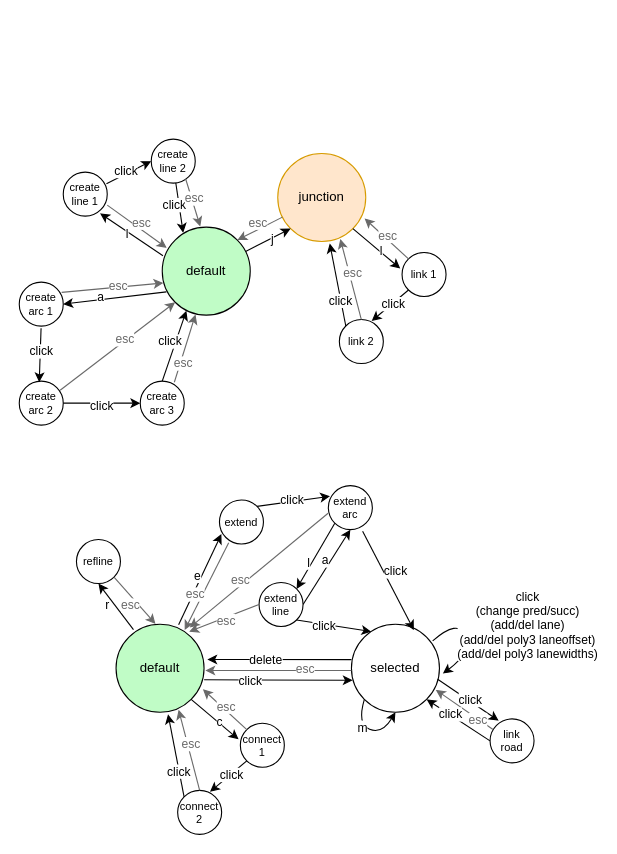
sunminni/libOpenDRIVE-Mapmaker keeps this draw.io diagram as state_diagrams.drawio. Above is the earlier version. Source tidied: cells renumbered, new cells numbered last; positions are measured from the earlier drawing's top-left corner, leaving out a move shared by most shapes. Both pictures are drawn from the tidied source at 110%, with x=0, y=0 at pixel (19, 139).
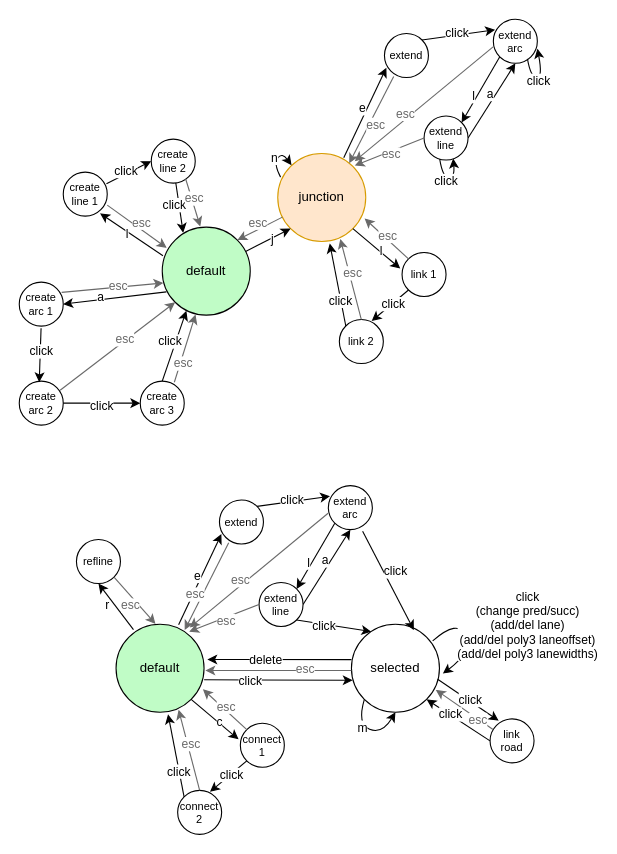
The same page after the edit.

Commit message (it also covers changes not shown here):
lane extension continues after click

The change refers to these unchanged cells:
```xml
<mxCell id="73" value="junction" style="ellipse;whiteSpace=wrap;html=1;fillColor=#ffe6cc;strokeColor=#d79b00;" parent="1" vertex="1">
  <mxGeometry x="235" y="13" width="80" height="80" as="geometry" />
</mxCell>
```

Diff of the diagram source:
```diff
@@
+    <mxCell id="106" style="curved=1;endArrow=classic;html=1;rounded=0;exitX=0.032;exitY=0.269;exitDx=0;exitDy=0;entryX=0.157;entryY=0.134;entryDx=0;entryDy=0;exitPerimeter=0;entryPerimeter=0;" parent="1" edge="1" source="73" target="73">
+      <mxGeometry relative="1" as="geometry">
+        <Array as="points">
+          <mxPoint x="231" y="22" />
+          <mxPoint x="239" y="12" />
+        </Array>
+      </mxGeometry>
+    </mxCell>
+    <mxCell id="107" value="n" style="edgeLabel;html=1;align=center;verticalAlign=middle;" parent="106" vertex="1">
+      <mxGeometry x="-0.18" y="-1" relative="1" as="geometry">
+        <mxPoint x="-2" y="-4" as="offset" />
+      </mxGeometry>
+    </mxCell>
+    <mxCell id="108" style="endArrow=classic;html=1;rounded=0;exitX=1;exitY=0.5;exitDx=0;exitDy=0;entryX=0.5;entryY=1;entryDx=0;entryDy=0;" parent="1" edge="1" source="110" target="117">
+      <mxGeometry relative="1" as="geometry" />
+    </mxCell>
+    <mxCell id="109" value="a" style="edgeLabel;html=1;align=center;verticalAlign=middle;" parent="108" vertex="1">
+      <mxGeometry x="0.16" y="-1" relative="1" as="geometry">
+        <mxPoint x="-6" y="-1" as="offset" />
+      </mxGeometry>
+    </mxCell>
+    <mxCell id="110" value="extend line" style="ellipse;whiteSpace=wrap;html=1;fontSize=10;" parent="1" vertex="1">
+      <mxGeometry x="368" y="-21" width="40" height="40" as="geometry" />
+    </mxCell>
+    <mxCell id="111" style="endArrow=classic;html=1;rounded=0;exitX=0;exitY=1;exitDx=0;exitDy=0;entryX=1;entryY=0;entryDx=0;entryDy=0;" parent="1" edge="1" source="117" target="110">
+      <mxGeometry relative="1" as="geometry" />
+    </mxCell>
+    <mxCell id="112" value="l" style="edgeLabel;html=1;align=center;verticalAlign=middle;" parent="111" vertex="1">
+      <mxGeometry x="0.16" y="-1" relative="1" as="geometry">
+        <mxPoint x="-3" y="1" as="offset" />
+      </mxGeometry>
+    </mxCell>
+    <mxCell id="113" style="endArrow=classic;html=1;rounded=0;exitX=1;exitY=0;exitDx=0;exitDy=0;entryX=0.038;entryY=0.241;entryDx=0;entryDy=0;entryPerimeter=0;" parent="1" edge="1" source="120" target="117">
+      <mxGeometry relative="1" as="geometry" />
+    </mxCell>
+    <mxCell id="114" value="click" style="edgeLabel;html=1;align=center;verticalAlign=middle;" parent="113" vertex="1">
+      <mxGeometry x="0.15" relative="1" as="geometry">
+        <mxPoint x="-7" y="-1" as="offset" />
+      </mxGeometry>
+    </mxCell>
+    <mxCell id="115" style="endArrow=classic;html=1;rounded=0;exitX=0;exitY=0.5;exitDx=0;exitDy=0;entryX=0.832;entryY=0.084;entryDx=0;entryDy=0;entryPerimeter=0;strokeColor=#696969;" parent="1" edge="1" source="110">
+      <mxGeometry relative="1" as="geometry">
+        <mxPoint x="305" y="24" as="targetPoint" />
+      </mxGeometry>
+    </mxCell>
+    <mxCell id="116" value="esc" style="edgeLabel;html=1;align=center;verticalAlign=middle;fontColor=#696969;" parent="115" vertex="1">
+      <mxGeometry x="0.15" relative="1" as="geometry">
+        <mxPoint x="6" as="offset" />
+      </mxGeometry>
+    </mxCell>
+    <mxCell id="117" value="extend arc" style="ellipse;whiteSpace=wrap;html=1;fontSize=10;" parent="1" vertex="1">
+      <mxGeometry x="431" y="-109" width="40" height="40" as="geometry" />
+    </mxCell>
+    <mxCell id="118" style="endArrow=classic;html=1;rounded=0;exitX=-0.006;exitY=0.628;exitDx=0;exitDy=0;strokeColor=#696969;exitPerimeter=0;" parent="1" edge="1" source="117">
+      <mxGeometry relative="1" as="geometry">
+        <mxPoint x="305" y="20" as="targetPoint" />
+      </mxGeometry>
+    </mxCell>
+    <mxCell id="119" value="esc" style="edgeLabel;html=1;align=center;verticalAlign=middle;fontColor=#696969;" parent="118" vertex="1">
+      <mxGeometry x="0.15" relative="1" as="geometry">
+        <mxPoint x="-8" y="1" as="offset" />
+      </mxGeometry>
+    </mxCell>
+    <mxCell id="120" value="extend" style="ellipse;whiteSpace=wrap;html=1;fontSize=10;" parent="1" vertex="1">
+      <mxGeometry x="332" y="-96" width="40" height="40" as="geometry" />
+    </mxCell>
+    <mxCell id="121" style="endArrow=classic;html=1;rounded=0;exitX=0.711;exitY=0.006;exitDx=0;exitDy=0;entryX=0.044;entryY=0.776;entryDx=0;entryDy=0;entryPerimeter=0;exitPerimeter=0;" parent="1" edge="1" target="120">
+      <mxGeometry relative="1" as="geometry">
+        <mxPoint x="295" y="17" as="sourcePoint" />
+      </mxGeometry>
+    </mxCell>
+    <mxCell id="122" value="e" style="edgeLabel;html=1;align=center;verticalAlign=middle;" parent="121" vertex="1">
+      <mxGeometry x="0.15" relative="1" as="geometry">
+        <mxPoint x="-6" y="2" as="offset" />
+      </mxGeometry>
+    </mxCell>
+    <mxCell id="123" style="endArrow=classic;html=1;rounded=0;exitX=0.21;exitY=0.975;exitDx=0;exitDy=0;entryX=0.78;entryY=0.066;entryDx=0;entryDy=0;strokeColor=#696969;entryPerimeter=0;exitPerimeter=0;" parent="1" edge="1" source="120">
+      <mxGeometry relative="1" as="geometry">
+        <mxPoint x="300" y="22" as="targetPoint" />
+      </mxGeometry>
+    </mxCell>
+    <mxCell id="124" value="esc" style="edgeLabel;html=1;align=center;verticalAlign=middle;fontColor=#696969;" parent="123" vertex="1">
+      <mxGeometry x="0.15" relative="1" as="geometry">
+        <mxPoint x="6" y="-2" as="offset" />
+      </mxGeometry>
+    </mxCell>
+    <mxCell id="125" style="curved=1;endArrow=classic;html=1;rounded=0;exitX=0.356;exitY=0.978;exitDx=0;exitDy=0;entryX=0.663;entryY=0.965;entryDx=0;entryDy=0;exitPerimeter=0;entryPerimeter=0;" parent="1" edge="1" source="110" target="110">
+      <mxGeometry relative="1" as="geometry">
+        <Array as="points">
+          <mxPoint x="385" y="35" />
+          <mxPoint x="396" y="35" />
+        </Array>
+      </mxGeometry>
+    </mxCell>
+    <mxCell id="126" value="click" style="edgeLabel;html=1;align=center;verticalAlign=middle;" parent="125" vertex="1">
+      <mxGeometry x="-0.18" y="-1" relative="1" as="geometry">
+        <mxPoint x="1" y="1" as="offset" />
+      </mxGeometry>
+    </mxCell>
+    <mxCell id="127" style="curved=1;endArrow=classic;html=1;rounded=0;exitX=0.356;exitY=0.978;exitDx=0;exitDy=0;entryX=1.001;entryY=0.669;entryDx=0;entryDy=0;exitPerimeter=0;entryPerimeter=0;" parent="1" edge="1" target="117">
+      <mxGeometry relative="1" as="geometry">
+        <mxPoint x="462" y="-73" as="sourcePoint" />
+        <Array as="points">
+          <mxPoint x="465" y="-56" />
+          <mxPoint x="476" y="-56" />
+        </Array>
+      </mxGeometry>
+    </mxCell>
+    <mxCell id="128" value="click" style="edgeLabel;html=1;align=center;verticalAlign=middle;" parent="127" vertex="1">
+      <mxGeometry x="-0.18" y="-1" relative="1" as="geometry">
+        <mxPoint x="1" y="1" as="offset" />
+      </mxGeometry>
+    </mxCell>
```
